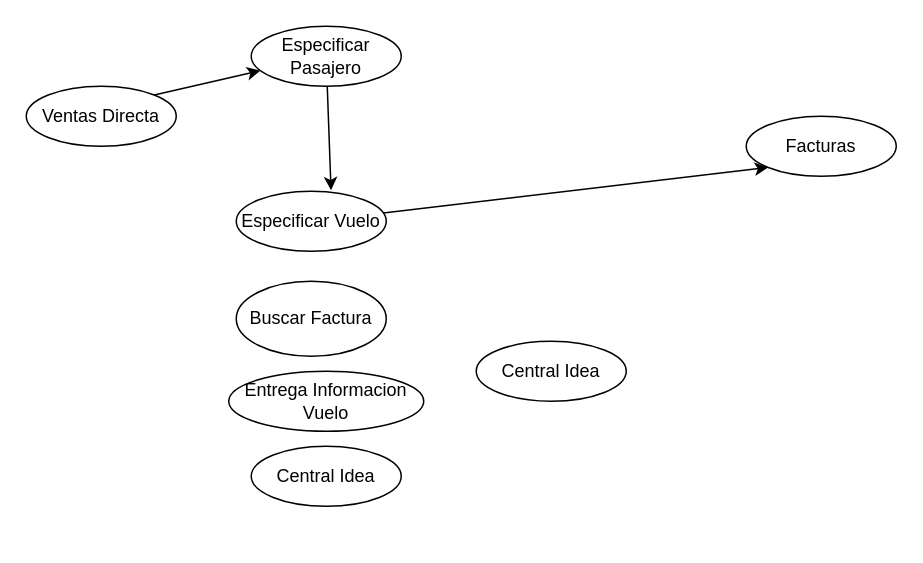
Above: Diagrama sin título.drawio in dticsistemas/diagramas (draw.io), before the change. Source tidied: cells renumbered, new cells numbered last; positions are measured from the earlier drawing's top-left corner, leaving out a move shared by most shapes. Both pictures are drawn from the tidied source at 150%, with x=0, y=0 at pixel (26, 26).
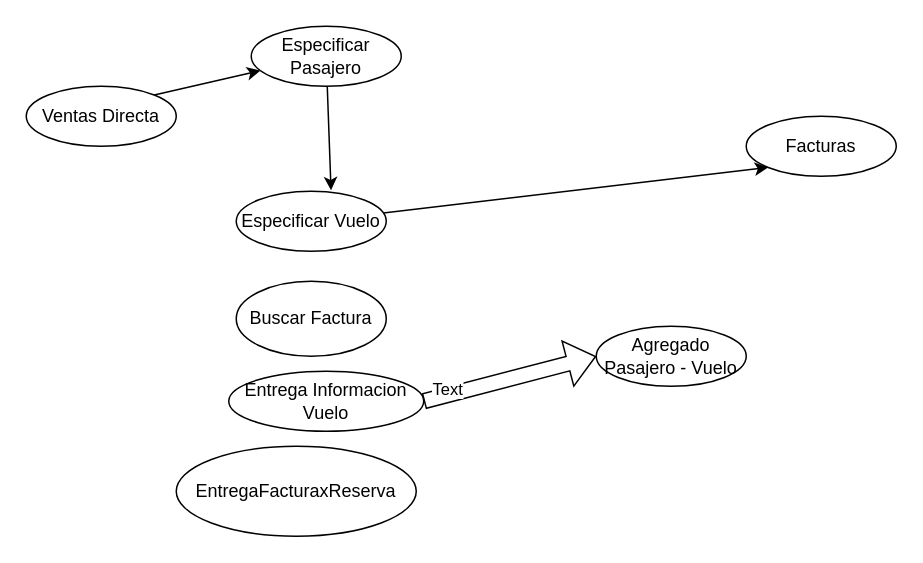
After the change.

What changed in the source:
```diff
@@
 <mxGraphModel>
   <root>
     <mxCell id="0" />
     <mxCell id="1" parent="0" />
     <mxCell id="2" value="Ventas Directa" style="ellipse;whiteSpace=wrap;html=1;align=center;newEdgeStyle={&quot;edgeStyle&quot;:&quot;entityRelationEdgeStyle&quot;,&quot;startArrow&quot;:&quot;none&quot;,&quot;endArrow&quot;:&quot;none&quot;,&quot;segment&quot;:10,&quot;curved&quot;:1};" parent="1" vertex="1">
       <mxGeometry y="40" width="100" height="40" as="geometry" />
     </mxCell>
     <mxCell id="3" value="Facturas&lt;br&gt;" style="ellipse;whiteSpace=wrap;html=1;align=center;newEdgeStyle={&quot;edgeStyle&quot;:&quot;entityRelationEdgeStyle&quot;,&quot;startArrow&quot;:&quot;none&quot;,&quot;endArrow&quot;:&quot;none&quot;,&quot;segment&quot;:10,&quot;curved&quot;:1};" parent="1" vertex="1">
       <mxGeometry x="480" y="60" width="100" height="40" as="geometry" />
     </mxCell>
     <mxCell id="4" style="endArrow=classic;html=1;rounded=0;entryX=0.632;entryY=-0.015;entryDx=0;entryDy=0;entryPerimeter=0;" parent="1" edge="1" source="5" target="6">
       <mxGeometry relative="1" as="geometry" />
     </mxCell>
     <mxCell id="5" value="Especificar Pasajero" style="ellipse;whiteSpace=wrap;html=1;align=center;newEdgeStyle={&quot;edgeStyle&quot;:&quot;entityRelationEdgeStyle&quot;,&quot;startArrow&quot;:&quot;none&quot;,&quot;endArrow&quot;:&quot;none&quot;,&quot;segment&quot;:10,&quot;curved&quot;:1};" parent="1" vertex="1">
       <mxGeometry x="150" width="100" height="40" as="geometry" />
     </mxCell>
     <mxCell id="6" value="Especificar Vuelo" style="ellipse;whiteSpace=wrap;html=1;align=center;newEdgeStyle={&quot;edgeStyle&quot;:&quot;entityRelationEdgeStyle&quot;,&quot;startArrow&quot;:&quot;none&quot;,&quot;endArrow&quot;:&quot;none&quot;,&quot;segment&quot;:10,&quot;curved&quot;:1};" parent="1" vertex="1">
       <mxGeometry x="140" y="110" width="100" height="40" as="geometry" />
     </mxCell>
     <mxCell id="7" value="Buscar Factura" style="ellipse;whiteSpace=wrap;html=1;align=center;newEdgeStyle={&quot;edgeStyle&quot;:&quot;entityRelationEdgeStyle&quot;,&quot;startArrow&quot;:&quot;none&quot;,&quot;endArrow&quot;:&quot;none&quot;,&quot;segment&quot;:10,&quot;curved&quot;:1};" parent="1" vertex="1">
       <mxGeometry x="140" y="170" width="100" height="50" as="geometry" />
     </mxCell>
     <mxCell id="8" style="endArrow=classic;html=1;rounded=0;entryX=0;entryY=1;entryDx=0;entryDy=0;" parent="1" edge="1" source="6" target="3">
       <mxGeometry relative="1" as="geometry" />
     </mxCell>
     <mxCell id="9" style="endArrow=classic;html=1;rounded=0;exitX=1;exitY=0;exitDx=0;exitDy=0;" parent="1" edge="1" source="2" target="5">
       <mxGeometry relative="1" as="geometry" />
     </mxCell>
     <mxCell id="10" value="Entrega Informacion Vuelo&lt;br&gt;" style="ellipse;whiteSpace=wrap;html=1;align=center;newEdgeStyle={&quot;edgeStyle&quot;:&quot;entityRelationEdgeStyle&quot;,&quot;startArrow&quot;:&quot;none&quot;,&quot;endArrow&quot;:&quot;none&quot;,&quot;segment&quot;:10,&quot;curved&quot;:1};" parent="1" vertex="1">
       <mxGeometry x="135" y="230" width="130" height="40" as="geometry" />
     </mxCell>
-    <mxCell id="11" value="Central Idea" style="ellipse;whiteSpace=wrap;html=1;align=center;newEdgeStyle={&quot;edgeStyle&quot;:&quot;entityRelationEdgeStyle&quot;,&quot;startArrow&quot;:&quot;none&quot;,&quot;endArrow&quot;:&quot;none&quot;,&quot;segment&quot;:10,&quot;curved&quot;:1};" parent="1" vertex="1">
-      <mxGeometry x="150" y="280" width="100" height="40" as="geometry" />
+    <mxCell id="11" value="EntregaFacturaxReserva" style="ellipse;whiteSpace=wrap;html=1;align=center;newEdgeStyle={&quot;edgeStyle&quot;:&quot;entityRelationEdgeStyle&quot;,&quot;startArrow&quot;:&quot;none&quot;,&quot;endArrow&quot;:&quot;none&quot;,&quot;segment&quot;:10,&quot;curved&quot;:1};" parent="1" vertex="1">
+      <mxGeometry x="100" y="280" width="160" height="60" as="geometry" />
     </mxCell>
-    <mxCell id="12" value="Central Idea" style="ellipse;whiteSpace=wrap;html=1;align=center;newEdgeStyle={&quot;edgeStyle&quot;:&quot;entityRelationEdgeStyle&quot;,&quot;startArrow&quot;:&quot;none&quot;,&quot;endArrow&quot;:&quot;none&quot;,&quot;segment&quot;:10,&quot;curved&quot;:1};" parent="1" vertex="1">
-      <mxGeometry x="300" y="210" width="100" height="40" as="geometry" />
+    <mxCell id="12" value="Agregado Pasajero - Vuelo&lt;br&gt;" style="ellipse;whiteSpace=wrap;html=1;align=center;newEdgeStyle={&quot;edgeStyle&quot;:&quot;entityRelationEdgeStyle&quot;,&quot;startArrow&quot;:&quot;none&quot;,&quot;endArrow&quot;:&quot;none&quot;,&quot;segment&quot;:10,&quot;curved&quot;:1};" parent="1" vertex="1">
+      <mxGeometry x="380" y="200" width="100" height="40" as="geometry" />
     </mxCell>
+    <mxCell id="13" style="shape=flexArrow;endArrow=classic;html=1;rounded=0;entryX=0;entryY=0.5;entryDx=0;entryDy=0;exitX=1;exitY=0.5;exitDx=0;exitDy=0;" parent="1" edge="1" source="10" target="12">
+      <mxGeometry relative="1" as="geometry" />
+    </mxCell>
+    <mxCell id="14" value="Text" style="edgeLabel;html=1;align=center;verticalAlign=middle;" parent="13" vertex="1">
+      <mxGeometry x="-0.71" y="4" relative="1" as="geometry" />
+    </mxCell>
   </root>
 </mxGraphModel>
```
